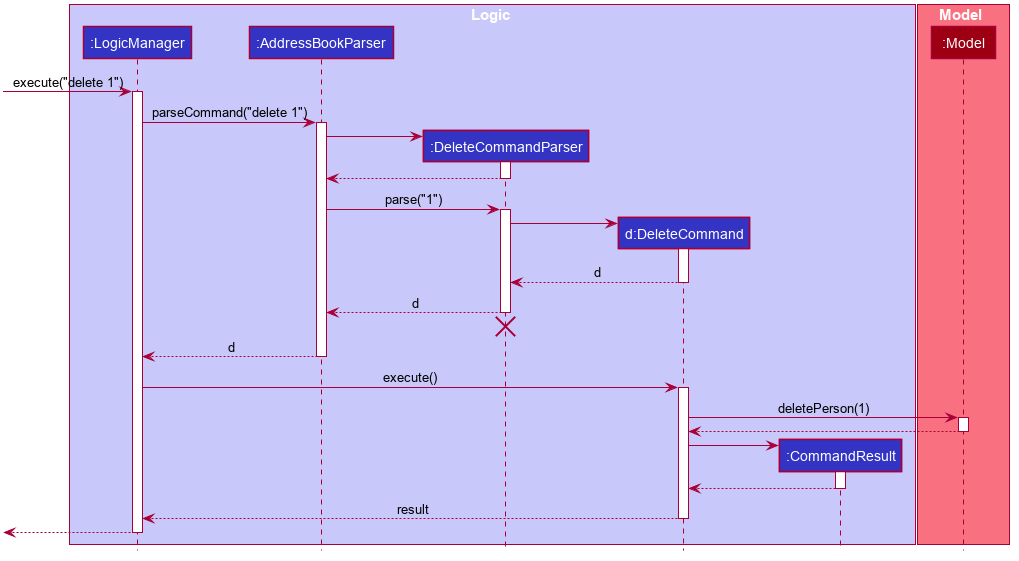
This is docs/images/DeleteSequenceDiagram.png from nus-cs2103-AY2021S2/tp, a PlantUML export, as it was before one commit.
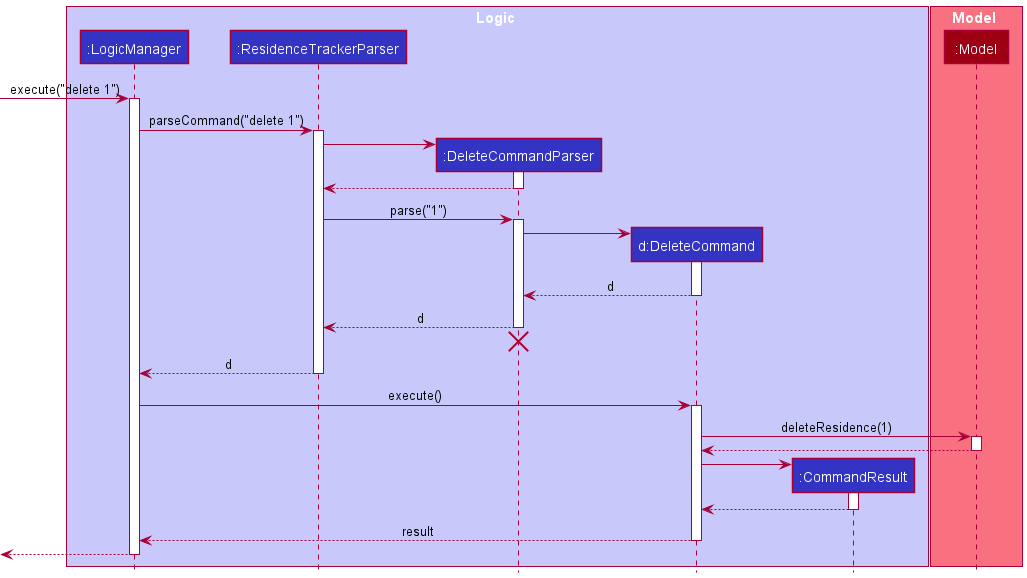
After the commit.

What changed in the source:
```diff
@@ -1,79 +1,32 @@
 @startuml
+!include style.puml
 
-
-
-
-
-
-
-
-skinparam BackgroundColor #FFFFFFF
-
-skinparam Shadowing false
-
-skinparam Class {
-    FontColor #FFFFFF
-    BorderThickness 1
-    BorderColor #FFFFFF
-    StereotypeFontColor #FFFFFF
-    FontName Arial
-}
-
-skinparam Actor {
-    BorderColor #000000
-    Color #000000
-    FontName Arial
-}
-
-skinparam Sequence {
-    MessageAlign center
-    BoxFontSize 15
-    BoxPadding 0
-    BoxFontColor #FFFFFF
-    FontName Arial
-}
-
-skinparam Participant {
-    FontColor #FFFFFFF
-    Padding 20
-}
-
-skinparam MinClassWidth 50
-skinparam ParticipantPadding 10
-skinparam Shadowing false
-skinparam DefaultTextAlignment center
-skinparam packageStyle Rectangle
-
-hide footbox
-hide members
-hide circle
-
-box Logic #C8C8FA
-participant ":LogicManager" as LogicManager #3333C4
-participant ":AddressBookParser" as AddressBookParser #3333C4
-participant ":DeleteCommandParser" as DeleteCommandParser #3333C4
-participant "d:DeleteCommand" as DeleteCommand #3333C4
-participant ":CommandResult" as CommandResult #3333C4
+box Logic LOGIC_COLOR_T1
+participant ":LogicManager" as LogicManager LOGIC_COLOR
+participant ":ResidenceTrackerParser" as ResidenceTrackerParser LOGIC_COLOR
+participant ":DeleteCommandParser" as DeleteCommandParser LOGIC_COLOR
+participant "d:DeleteCommand" as DeleteCommand LOGIC_COLOR
+participant ":CommandResult" as CommandResult LOGIC_COLOR
 end box
 
-box Model #F97181
-participant ":Model" as Model #9D0012
+box Model MODEL_COLOR_T1
+participant ":Model" as Model MODEL_COLOR
 end box
 
 [-> LogicManager : execute("delete 1")
 activate LogicManager
 
-LogicManager -> AddressBookParser : parseCommand("delete 1")
-activate AddressBookParser
+LogicManager -> ResidenceTrackerParser : parseCommand("delete 1")
+activate ResidenceTrackerParser
 
 create DeleteCommandParser
-AddressBookParser -> DeleteCommandParser
+ResidenceTrackerParser -> DeleteCommandParser
 activate DeleteCommandParser
 
-DeleteCommandParser --> AddressBookParser
+DeleteCommandParser --> ResidenceTrackerParser
 deactivate DeleteCommandParser
 
-AddressBookParser -> DeleteCommandParser : parse("1")
+ResidenceTrackerParser -> DeleteCommandParser : parse("1")
 activate DeleteCommandParser
 
 create DeleteCommand
@@ -83,18 +36,18 @@
 DeleteCommand --> DeleteCommandParser : d
 deactivate DeleteCommand
 
-DeleteCommandParser --> AddressBookParser : d
+DeleteCommandParser -->ResidenceTrackerParser : d
 deactivate DeleteCommandParser
-DeleteCommandParser -[hidden]-> AddressBookParser
+DeleteCommandParser -[hidden]-> ResidenceTrackerParser
 destroy DeleteCommandParser
 
-AddressBookParser --> LogicManager : d
-deactivate AddressBookParser
+ResidenceTrackerParser --> LogicManager : d
+deactivate ResidenceTrackerParser
 
 LogicManager -> DeleteCommand : execute()
 activate DeleteCommand
 
-DeleteCommand -> Model : deletePerson(1)
+DeleteCommand -> Model : deleteResidence(1)
 activate Model
 
 Model --> DeleteCommand
```
